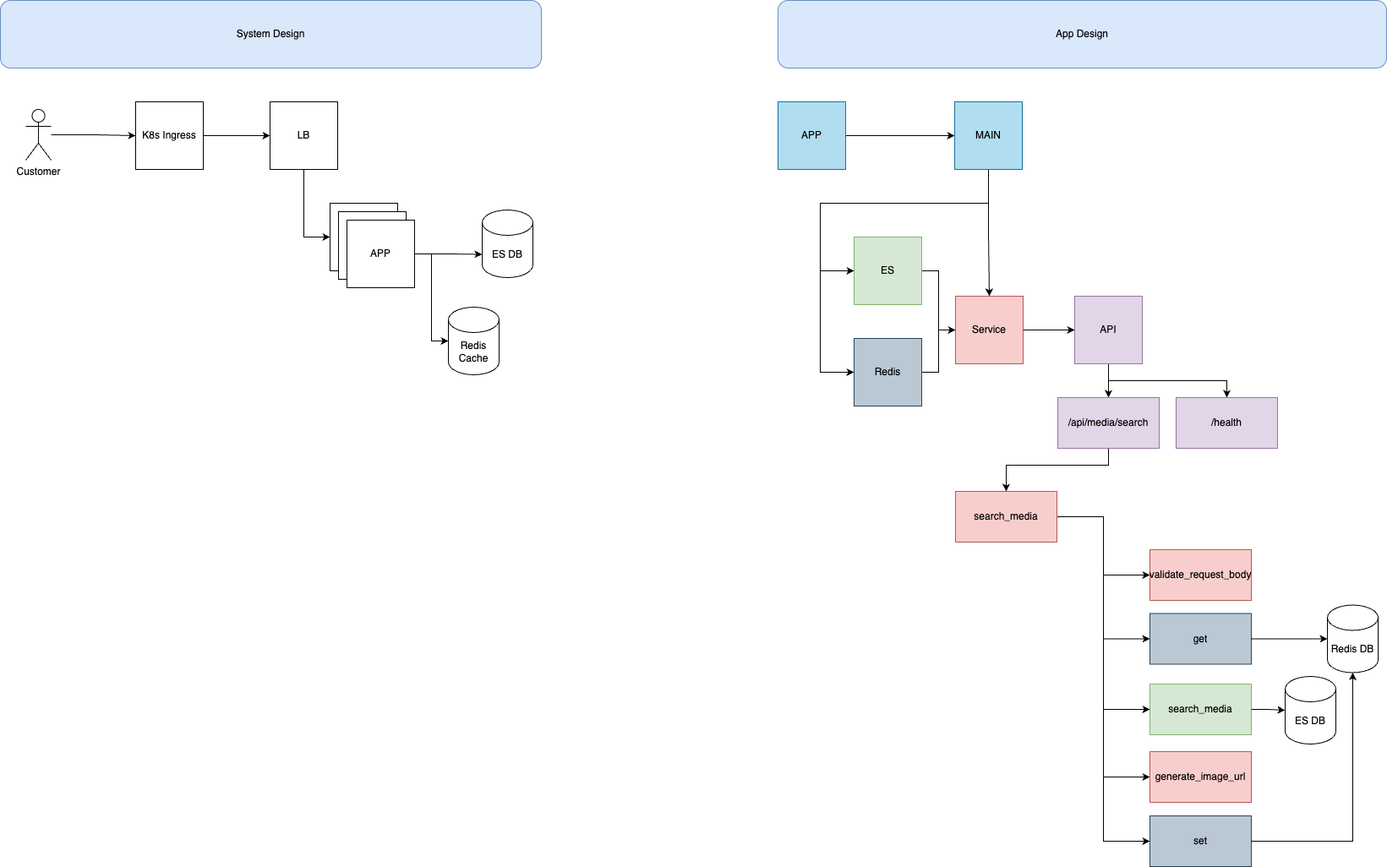
Before: assets/images/imago-design.png, a diagram exported from draw.io (StephenDsouza90/imago-coding-challenge). Source tidied: cells renumbered, new cells last; positions are measured from the earlier drawing's top-left corner, leaving out a move shared by most shapes. The source it was exported from:
```xml
<mxGraphModel>
  <root>
    <mxCell id="0" />
    <mxCell id="1" parent="0" />
    <mxCell id="2" value="System Design" style="rounded=1;whiteSpace=wrap;html=1;fillColor=#dae8fc;strokeColor=#6c8ebf;" parent="1" vertex="1">
      <mxGeometry width="640" height="80" as="geometry" />
    </mxCell>
    <mxCell id="3" value="ES DB" style="shape=cylinder3;whiteSpace=wrap;html=1;boundedLbl=1;backgroundOutline=1;size=15;" parent="1" vertex="1">
      <mxGeometry x="570" y="248" width="60" height="80" as="geometry" />
    </mxCell>
    <mxCell id="4" style="edgeStyle=orthogonalEdgeStyle;rounded=0;jettySize=auto;html=1;" parent="1" edge="1" source="5" target="9">
      <mxGeometry relative="1" as="geometry" />
    </mxCell>
    <mxCell id="5" value="Customer" style="shape=umlActor;verticalLabelPosition=bottom;verticalAlign=top;html=1;outlineConnect=0;" parent="1" vertex="1">
      <mxGeometry x="30" y="129" width="30" height="60" as="geometry" />
    </mxCell>
    <mxCell id="6" value="APP" style="whiteSpace=wrap;html=1;" parent="1" vertex="1">
      <mxGeometry x="390" y="240" width="80" height="80" as="geometry" />
    </mxCell>
    <mxCell id="7" value="Redis Cache" style="shape=cylinder3;whiteSpace=wrap;html=1;boundedLbl=1;backgroundOutline=1;size=15;" parent="1" vertex="1">
      <mxGeometry x="530" y="363" width="60" height="80" as="geometry" />
    </mxCell>
    <mxCell id="8" style="edgeStyle=orthogonalEdgeStyle;rounded=0;jettySize=auto;html=1;" parent="1" edge="1" source="9" target="41">
      <mxGeometry relative="1" as="geometry" />
    </mxCell>
    <mxCell id="9" value="K8s Ingress" style="whiteSpace=wrap;html=1;" parent="1" vertex="1">
      <mxGeometry x="160" y="120" width="80" height="80" as="geometry" />
    </mxCell>
    <mxCell id="10" value="App Design" style="rounded=1;whiteSpace=wrap;html=1;fillColor=#dae8fc;strokeColor=#6c8ebf;" parent="1" vertex="1">
      <mxGeometry x="920" width="720" height="80" as="geometry" />
    </mxCell>
    <mxCell id="11" style="edgeStyle=orthogonalEdgeStyle;rounded=0;jettySize=auto;html=1;" parent="1" edge="1" source="12" target="16">
      <mxGeometry relative="1" as="geometry" />
    </mxCell>
    <mxCell id="12" value="APP" style="whiteSpace=wrap;html=1;fillColor=#b1ddf0;strokeColor=#10739e;" parent="1" vertex="1">
      <mxGeometry x="920" y="120" width="80" height="80" as="geometry" />
    </mxCell>
    <mxCell id="13" style="edgeStyle=orthogonalEdgeStyle;rounded=0;jettySize=auto;html=1;entryX=0.5;entryY=0;entryDx=0;entryDy=0;" parent="1" edge="1" source="16" target="23">
      <mxGeometry relative="1" as="geometry" />
    </mxCell>
    <mxCell id="14" style="edgeStyle=orthogonalEdgeStyle;rounded=0;jettySize=auto;html=1;entryX=0;entryY=0.5;entryDx=0;entryDy=0;" parent="1" edge="1" source="16" target="43">
      <mxGeometry relative="1" as="geometry">
        <Array as="points">
          <mxPoint x="1169" y="240" />
          <mxPoint x="970" y="240" />
          <mxPoint x="970" y="440" />
        </Array>
      </mxGeometry>
    </mxCell>
    <mxCell id="15" style="edgeStyle=orthogonalEdgeStyle;rounded=0;jettySize=auto;html=1;entryX=0;entryY=0.5;entryDx=0;entryDy=0;" parent="1" edge="1" source="16" target="21">
      <mxGeometry relative="1" as="geometry">
        <Array as="points">
          <mxPoint x="1169" y="240" />
          <mxPoint x="970" y="240" />
          <mxPoint x="970" y="320" />
        </Array>
      </mxGeometry>
    </mxCell>
    <mxCell id="16" value="MAIN" style="whiteSpace=wrap;html=1;fillColor=#b1ddf0;strokeColor=#10739e;" parent="1" vertex="1">
      <mxGeometry x="1129" y="120" width="80" height="80" as="geometry" />
    </mxCell>
    <mxCell id="17" style="edgeStyle=orthogonalEdgeStyle;rounded=0;jettySize=auto;html=1;entryX=0.5;entryY=0;entryDx=0;entryDy=0;" parent="1" edge="1" source="19" target="25">
      <mxGeometry relative="1" as="geometry" />
    </mxCell>
    <mxCell id="18" style="edgeStyle=orthogonalEdgeStyle;rounded=0;jettySize=auto;html=1;" parent="1" edge="1" source="19" target="26">
      <mxGeometry relative="1" as="geometry">
        <Array as="points">
          <mxPoint x="1311" y="450" />
          <mxPoint x="1451" y="450" />
        </Array>
      </mxGeometry>
    </mxCell>
    <mxCell id="19" value="API" style="whiteSpace=wrap;html=1;fillColor=#e1d5e7;strokeColor=#9673a6;" parent="1" vertex="1">
      <mxGeometry x="1271" y="350" width="80" height="80" as="geometry" />
    </mxCell>
    <mxCell id="20" style="edgeStyle=orthogonalEdgeStyle;rounded=0;jettySize=auto;html=1;" parent="1" edge="1" source="21" target="23">
      <mxGeometry relative="1" as="geometry" />
    </mxCell>
    <mxCell id="21" value="ES" style="whiteSpace=wrap;html=1;fillColor=#d5e8d4;strokeColor=#82b366;" parent="1" vertex="1">
      <mxGeometry x="1010" y="280" width="80" height="80" as="geometry" />
    </mxCell>
    <mxCell id="22" style="edgeStyle=orthogonalEdgeStyle;rounded=0;jettySize=auto;html=1;" parent="1" edge="1" source="23" target="19">
      <mxGeometry relative="1" as="geometry" />
    </mxCell>
    <mxCell id="23" value="Service" style="whiteSpace=wrap;html=1;fillColor=#f8cecc;strokeColor=#b85450;" parent="1" vertex="1">
      <mxGeometry x="1130" y="350" width="80" height="80" as="geometry" />
    </mxCell>
    <mxCell id="24" style="edgeStyle=orthogonalEdgeStyle;rounded=0;jettySize=auto;html=1;entryX=0.5;entryY=0;entryDx=0;entryDy=0;" parent="1" edge="1" source="25" target="32">
      <mxGeometry relative="1" as="geometry">
        <Array as="points">
          <mxPoint x="1311" y="550" />
          <mxPoint x="1190" y="550" />
        </Array>
      </mxGeometry>
    </mxCell>
    <mxCell id="25" value="/api/media/search" style="whiteSpace=wrap;html=1;fillColor=#e1d5e7;strokeColor=#9673a6;" parent="1" vertex="1">
      <mxGeometry x="1251" y="470" width="120" height="60" as="geometry" />
    </mxCell>
    <mxCell id="26" value="/health" style="whiteSpace=wrap;html=1;fillColor=#e1d5e7;strokeColor=#9673a6;" parent="1" vertex="1">
      <mxGeometry x="1391" y="470" width="120" height="60" as="geometry" />
    </mxCell>
    <mxCell id="27" style="edgeStyle=orthogonalEdgeStyle;rounded=0;jettySize=auto;html=1;entryX=0;entryY=0.5;entryDx=0;entryDy=0;" parent="1" edge="1" source="32" target="45">
      <mxGeometry relative="1" as="geometry" />
    </mxCell>
    <mxCell id="28" style="edgeStyle=orthogonalEdgeStyle;rounded=0;jettySize=auto;html=1;entryX=0;entryY=0.5;entryDx=0;entryDy=0;" parent="1" edge="1" source="32" target="46">
      <mxGeometry relative="1" as="geometry" />
    </mxCell>
    <mxCell id="29" style="edgeStyle=orthogonalEdgeStyle;rounded=0;jettySize=auto;html=1;entryX=0;entryY=0.5;entryDx=0;entryDy=0;" parent="1" edge="1" source="32" target="33">
      <mxGeometry relative="1" as="geometry" />
    </mxCell>
    <mxCell id="30" style="edgeStyle=orthogonalEdgeStyle;rounded=0;jettySize=auto;html=1;entryX=0;entryY=0.5;entryDx=0;entryDy=0;" parent="1" edge="1" source="32" target="34">
      <mxGeometry relative="1" as="geometry" />
    </mxCell>
    <mxCell id="31" style="edgeStyle=orthogonalEdgeStyle;rounded=0;jettySize=auto;html=1;entryX=0;entryY=0.5;entryDx=0;entryDy=0;" parent="1" edge="1" source="32" target="47">
      <mxGeometry relative="1" as="geometry" />
    </mxCell>
    <mxCell id="32" value="search_media" style="whiteSpace=wrap;html=1;fillColor=#f8cecc;strokeColor=#b85450;" parent="1" vertex="1">
      <mxGeometry x="1130" y="581" width="120" height="60" as="geometry" />
    </mxCell>
    <mxCell id="33" value="search_media" style="whiteSpace=wrap;html=1;fillColor=#d5e8d4;strokeColor=#82b366;" parent="1" vertex="1">
      <mxGeometry x="1360" y="809" width="120" height="60" as="geometry" />
    </mxCell>
    <mxCell id="34" value="generate_image_url" style="whiteSpace=wrap;html=1;fillColor=#f8cecc;strokeColor=#b85450;" parent="1" vertex="1">
      <mxGeometry x="1360" y="889" width="120" height="60" as="geometry" />
    </mxCell>
    <mxCell id="35" value="ES DB" style="shape=cylinder3;whiteSpace=wrap;html=1;boundedLbl=1;backgroundOutline=1;size=15;" parent="1" vertex="1">
      <mxGeometry x="1520" y="800" width="60" height="80" as="geometry" />
    </mxCell>
    <mxCell id="36" value="APP" style="whiteSpace=wrap;html=1;" parent="1" vertex="1">
      <mxGeometry x="400" y="250" width="80" height="80" as="geometry" />
    </mxCell>
    <mxCell id="37" value="APP" style="whiteSpace=wrap;html=1;" parent="1" vertex="1">
      <mxGeometry x="410" y="260" width="80" height="80" as="geometry" />
    </mxCell>
    <mxCell id="38" style="edgeStyle=orthogonalEdgeStyle;rounded=0;jettySize=auto;html=1;entryX=0;entryY=0;entryDx=0;entryDy=52.5;entryPerimeter=0;" parent="1" edge="1" source="37" target="3">
      <mxGeometry relative="1" as="geometry" />
    </mxCell>
    <mxCell id="39" style="edgeStyle=orthogonalEdgeStyle;rounded=0;jettySize=auto;html=1;entryX=0;entryY=0.5;entryDx=0;entryDy=0;entryPerimeter=0;" parent="1" edge="1" source="37" target="7">
      <mxGeometry relative="1" as="geometry" />
    </mxCell>
    <mxCell id="40" style="edgeStyle=orthogonalEdgeStyle;rounded=0;jettySize=auto;html=1;entryX=0;entryY=0.5;entryDx=0;entryDy=0;" parent="1" edge="1" source="41" target="6">
      <mxGeometry relative="1" as="geometry" />
    </mxCell>
    <mxCell id="41" value="LB" style="whiteSpace=wrap;html=1;" parent="1" vertex="1">
      <mxGeometry x="319" y="120" width="80" height="80" as="geometry" />
    </mxCell>
    <mxCell id="42" style="edgeStyle=orthogonalEdgeStyle;rounded=0;jettySize=auto;html=1;entryX=0;entryY=0.5;entryDx=0;entryDy=0;" parent="1" edge="1" source="43" target="23">
      <mxGeometry relative="1" as="geometry" />
    </mxCell>
    <mxCell id="43" value="Redis" style="whiteSpace=wrap;html=1;fillColor=#bac8d3;strokeColor=#23445d;" parent="1" vertex="1">
      <mxGeometry x="1010" y="400" width="80" height="80" as="geometry" />
    </mxCell>
    <mxCell id="44" value="Redis DB" style="shape=cylinder3;whiteSpace=wrap;html=1;boundedLbl=1;backgroundOutline=1;size=15;" parent="1" vertex="1">
      <mxGeometry x="1570" y="715.5" width="60" height="80" as="geometry" />
    </mxCell>
    <mxCell id="45" value="validate_request_body" style="whiteSpace=wrap;html=1;fillColor=#f8cecc;strokeColor=#b85450;" parent="1" vertex="1">
      <mxGeometry x="1360" y="650" width="120" height="60" as="geometry" />
    </mxCell>
    <mxCell id="46" value="get" style="whiteSpace=wrap;html=1;fillColor=#bac8d3;strokeColor=#23445d;" parent="1" vertex="1">
      <mxGeometry x="1360" y="725.5" width="120" height="60" as="geometry" />
    </mxCell>
    <mxCell id="47" value="set" style="whiteSpace=wrap;html=1;fillColor=#bac8d3;strokeColor=#23445d;" parent="1" vertex="1">
      <mxGeometry x="1360" y="965" width="120" height="60" as="geometry" />
    </mxCell>
    <mxCell id="48" style="edgeStyle=orthogonalEdgeStyle;rounded=0;jettySize=auto;html=1;entryX=0;entryY=0.5;entryDx=0;entryDy=0;entryPerimeter=0;" parent="1" edge="1" source="46" target="44">
      <mxGeometry relative="1" as="geometry" />
    </mxCell>
    <mxCell id="49" style="edgeStyle=orthogonalEdgeStyle;rounded=0;jettySize=auto;html=1;entryX=0;entryY=0.5;entryDx=0;entryDy=0;entryPerimeter=0;" parent="1" edge="1" source="33" target="35">
      <mxGeometry relative="1" as="geometry" />
    </mxCell>
    <mxCell id="50" style="edgeStyle=orthogonalEdgeStyle;rounded=0;jettySize=auto;html=1;entryX=0.5;entryY=1;entryDx=0;entryDy=0;entryPerimeter=0;" parent="1" edge="1" source="47" target="44">
      <mxGeometry relative="1" as="geometry" />
    </mxCell>
  </root>
</mxGraphModel>
```
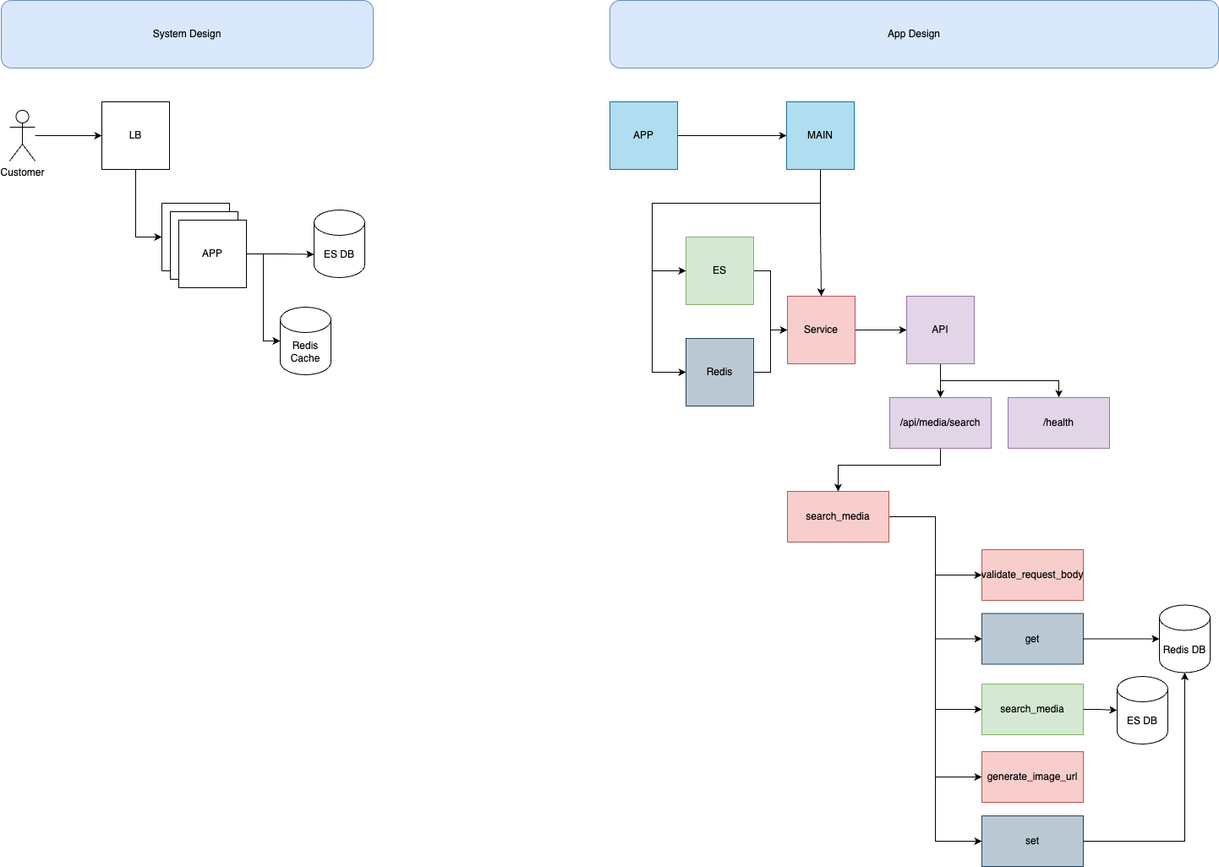
The same diagram one commit later.

What changed in the source:
```diff
@@ -3,16 +3,16 @@
     <mxCell id="0" />
     <mxCell id="1" parent="0" />
     <mxCell id="2" value="System Design" style="rounded=1;whiteSpace=wrap;html=1;fillColor=#dae8fc;strokeColor=#6c8ebf;" parent="1" vertex="1">
-      <mxGeometry width="640" height="80" as="geometry" />
+      <mxGeometry x="200" width="440" height="80" as="geometry" />
     </mxCell>
     <mxCell id="3" value="ES DB" style="shape=cylinder3;whiteSpace=wrap;html=1;boundedLbl=1;backgroundOutline=1;size=15;" parent="1" vertex="1">
       <mxGeometry x="570" y="248" width="60" height="80" as="geometry" />
     </mxCell>
-    <mxCell id="4" style="edgeStyle=orthogonalEdgeStyle;rounded=0;jettySize=auto;html=1;" parent="1" edge="1" source="5" target="9">
-      <mxGeometry relative="1" as="geometry" />
-    </mxCell>
+    <mxCell id="51" style="edgeStyle=orthogonalEdgeStyle;rounded=0;jettySize=auto;html=1;" parent="1" edge="1" source="5" target="41">
+      <mxGeometry relative="1" as="geometry" />
+    </mxCell>
     <mxCell id="5" value="Customer" style="shape=umlActor;verticalLabelPosition=bottom;verticalAlign=top;html=1;outlineConnect=0;" parent="1" vertex="1">
-      <mxGeometry x="30" y="129" width="30" height="60" as="geometry" />
+      <mxGeometry x="210" y="130" width="30" height="60" as="geometry" />
     </mxCell>
     <mxCell id="6" value="APP" style="whiteSpace=wrap;html=1;" parent="1" vertex="1">
       <mxGeometry x="390" y="240" width="80" height="80" as="geometry" />
@@ -20,12 +20,6 @@
     <mxCell id="7" value="Redis Cache" style="shape=cylinder3;whiteSpace=wrap;html=1;boundedLbl=1;backgroundOutline=1;size=15;" parent="1" vertex="1">
       <mxGeometry x="530" y="363" width="60" height="80" as="geometry" />
     </mxCell>
-    <mxCell id="8" style="edgeStyle=orthogonalEdgeStyle;rounded=0;jettySize=auto;html=1;" parent="1" edge="1" source="9" target="41">
-      <mxGeometry relative="1" as="geometry" />
-    </mxCell>
-    <mxCell id="9" value="K8s Ingress" style="whiteSpace=wrap;html=1;" parent="1" vertex="1">
-      <mxGeometry x="160" y="120" width="80" height="80" as="geometry" />
-    </mxCell>
     <mxCell id="10" value="App Design" style="rounded=1;whiteSpace=wrap;html=1;fillColor=#dae8fc;strokeColor=#6c8ebf;" parent="1" vertex="1">
       <mxGeometry x="920" width="720" height="80" as="geometry" />
     </mxCell>
```
